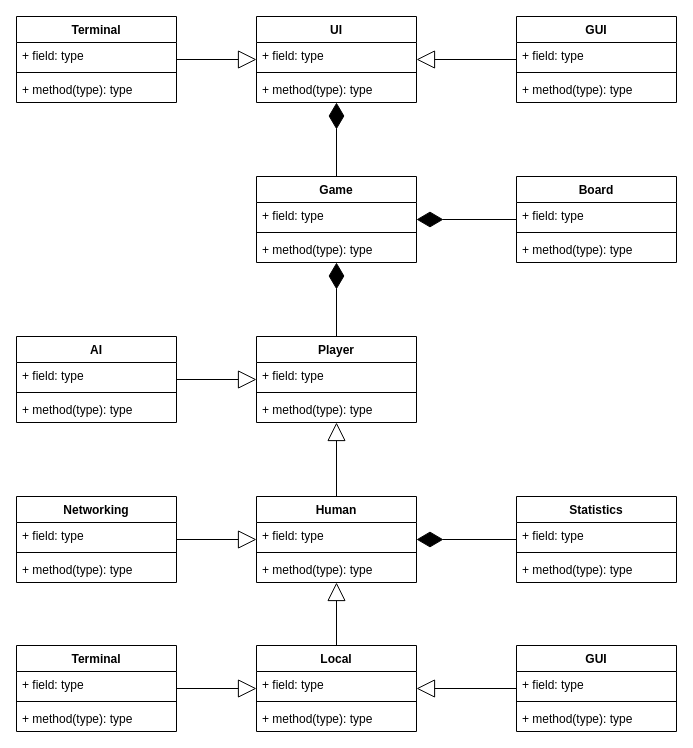
Rufushwilliams/NEA---MasterMind keeps this draw.io diagram as Software Object Diagram.drawio. Above is the earlier version. Source tidied: cells renumbered, new cells numbered last; positions are measured from the earlier drawing's top-left corner, leaving out a move shared by most shapes. Both pictures are drawn from the tidied source at 100%, with x=0, y=0 at pixel (16, 16).
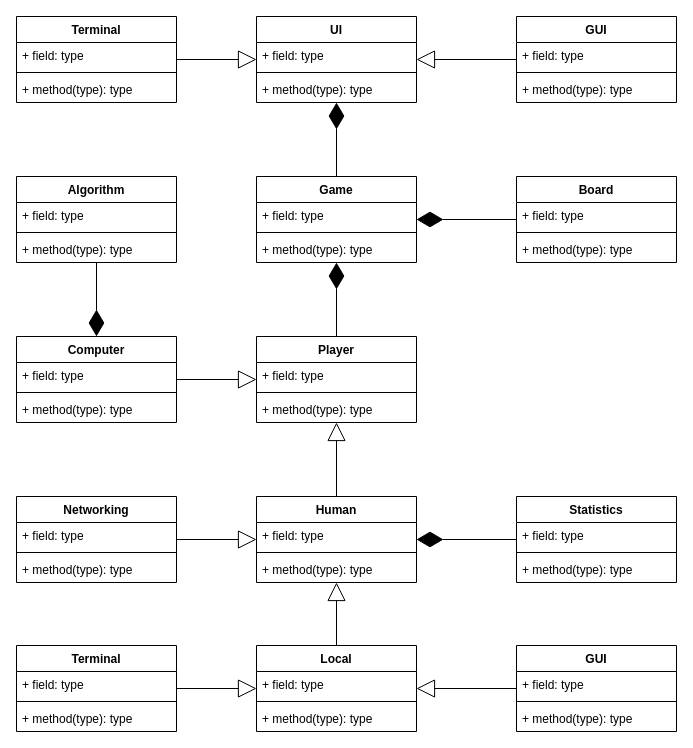
After the change.

Commit message (it also covers changes not shown here):
Added Algorithm to SOD Renamed AI class to Computer

What changed in the source:
```diff
@@
-    <mxCell id="14" value="AI" style="swimlane;fontStyle=1;align=center;verticalAlign=top;horizontal=1;startSize=26;" parent="1" vertex="1">
+    <mxCell id="14" value="Computer" style="swimlane;fontStyle=1;align=center;verticalAlign=top;horizontal=1;startSize=26;" parent="1" vertex="1">
       <mxGeometry y="320" width="160" height="86" as="geometry" />
     </mxCell>
@@
+    <mxCell id="66" value="Algorithm" style="swimlane;fontStyle=1;align=center;verticalAlign=top;horizontal=1;startSize=26;" parent="1" vertex="1">
+      <mxGeometry y="160" width="160" height="86" as="geometry" />
+    </mxCell>
+    <mxCell id="67" value="+ field: type" style="text;strokeColor=none;fillColor=none;align=left;verticalAlign=top;spacingLeft=4;spacingRight=4;overflow=hidden;" parent="66" vertex="1">
+      <mxGeometry y="26" width="160" height="26" as="geometry" />
+    </mxCell>
+    <mxCell id="68" style="line;strokeWidth=1;fillColor=none;align=left;verticalAlign=middle;spacingTop=-1;spacingLeft=3;spacingRight=3;labelPosition=right;" parent="66" vertex="1">
+      <mxGeometry y="52" width="160" height="8" as="geometry" />
+    </mxCell>
+    <mxCell id="69" value="+ method(type): type" style="text;strokeColor=none;fillColor=none;align=left;verticalAlign=top;spacingLeft=4;spacingRight=4;overflow=hidden;" parent="66" vertex="1">
+      <mxGeometry y="60" width="160" height="26" as="geometry" />
+    </mxCell>
+    <mxCell id="70" style="endArrow=diamondThin;endFill=1;endSize=24;html=1;rounded=0;" parent="1" edge="1" source="66" target="14">
+      <mxGeometry relative="1" as="geometry" />
+    </mxCell>
```
